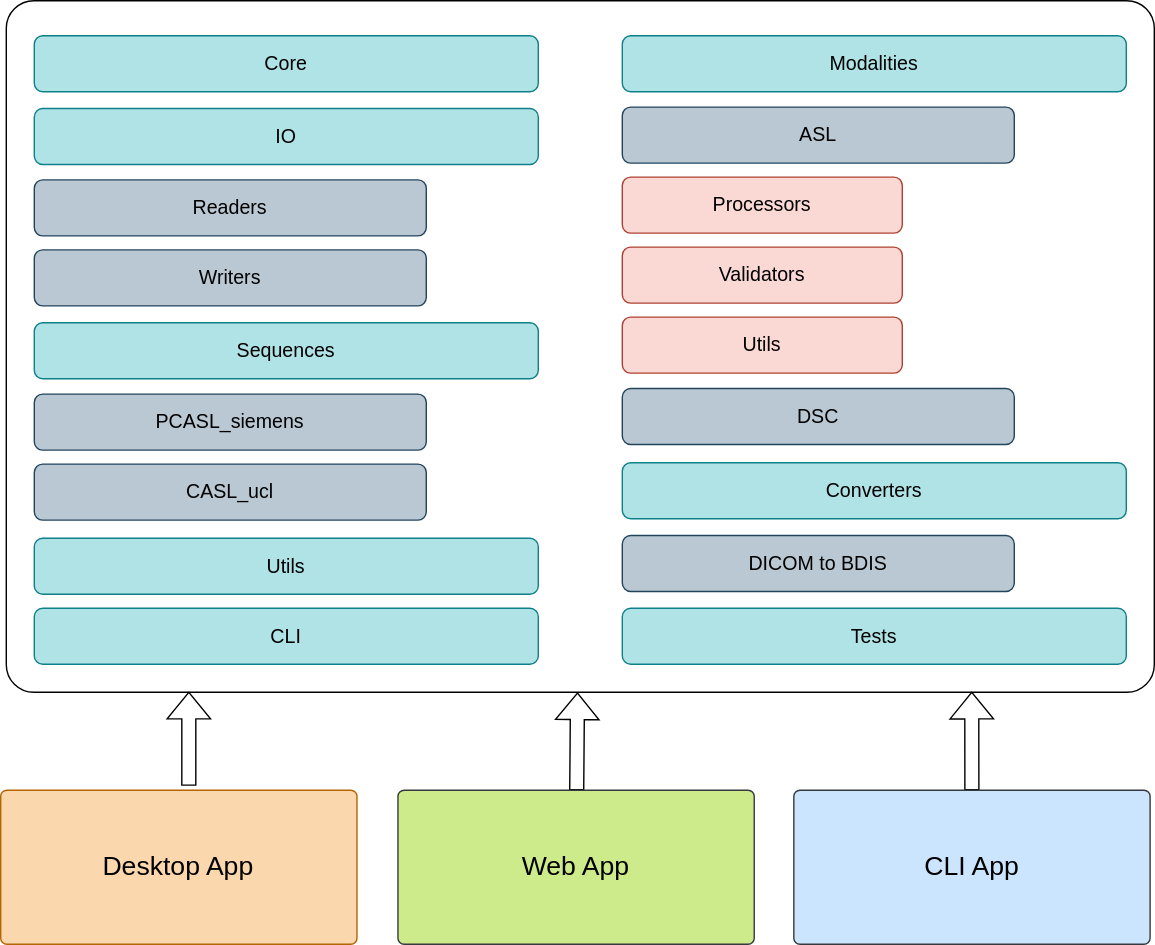
1brahimmohamed/ASL-Parameter-Generator keeps this draw.io diagram as docs/assets/Package-Arch.svg. Above is the earlier version. Source tidied: cells renumbered, new cells last; positions are measured from the earlier drawing's top-left corner, leaving out a move shared by most shapes.
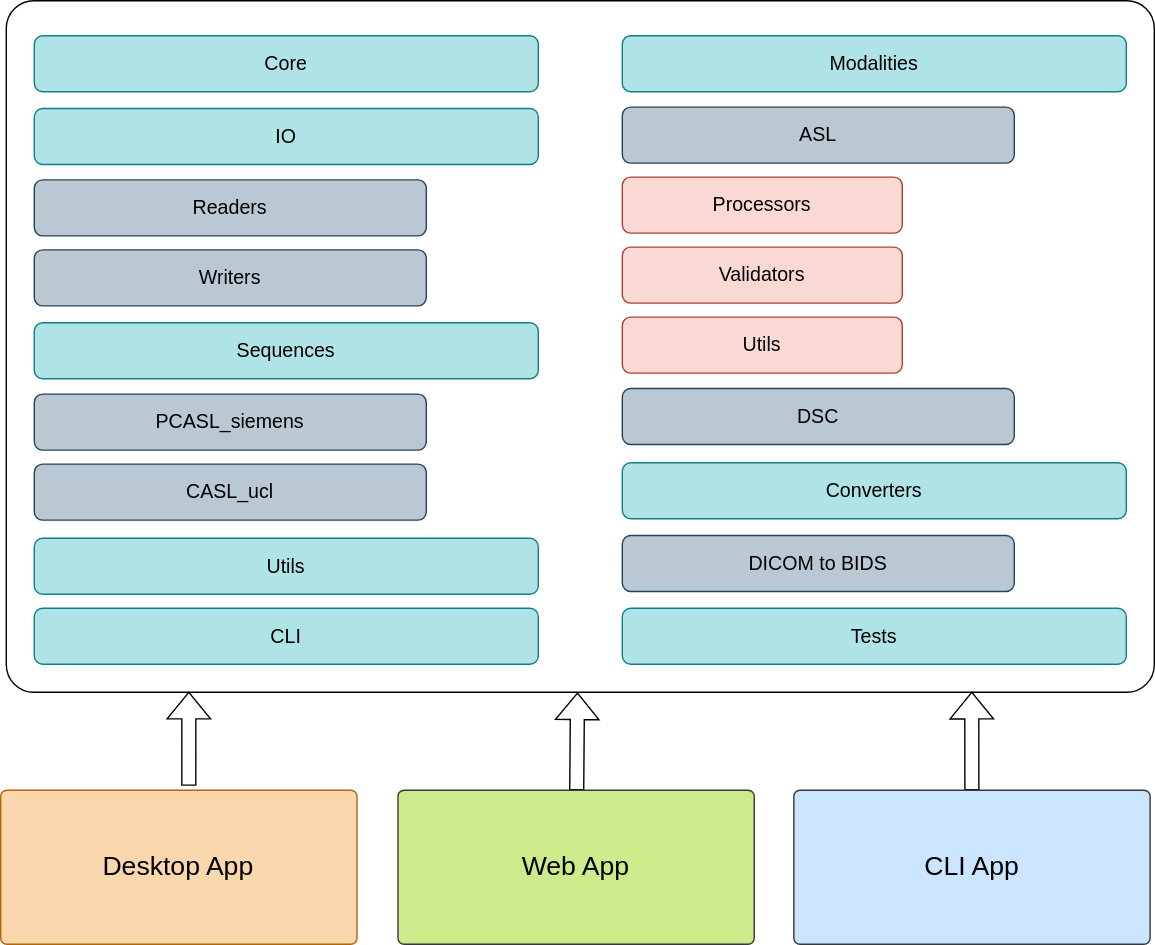
The same file after the commit.

Commit message:
chore(frontend): add .env.example and fix BDIS typo

What changed in the source:
```diff
@@ -53,7 +53,7 @@
     <mxCell id="18" value="&lt;font style=&quot;font-size: 14px;&quot;&gt;CASL_ucl&lt;/font&gt;" style="rounded=1;whiteSpace=wrap;html=1;fillColor=#bac8d3;strokeColor=#23445d;" parent="1" vertex="1">
       <mxGeometry x="24" y="331" width="280" height="40" as="geometry" />
     </mxCell>
-    <mxCell id="19" value="&lt;font style=&quot;font-size: 14px;&quot;&gt;DICOM to BDIS&lt;/font&gt;" style="rounded=1;whiteSpace=wrap;html=1;fillColor=#bac8d3;strokeColor=#23445d;" parent="1" vertex="1">
+    <mxCell id="19" value="&lt;font style=&quot;font-size: 14px;&quot;&gt;DICOM to BIDS&lt;/font&gt;" style="rounded=1;whiteSpace=wrap;html=1;fillColor=#bac8d3;strokeColor=#23445d;" parent="1" vertex="1">
       <mxGeometry x="444" y="382" width="280" height="40" as="geometry" />
     </mxCell>
     <mxCell id="20" style="shape=flexArrow;endArrow=classic;html=1;rounded=0;exitX=0.528;exitY=-0.029;exitDx=0;exitDy=0;exitPerimeter=0;entryX=0.159;entryY=0.999;entryDx=0;entryDy=0;entryPerimeter=0;" parent="1" edge="1" source="23" target="2">
```
